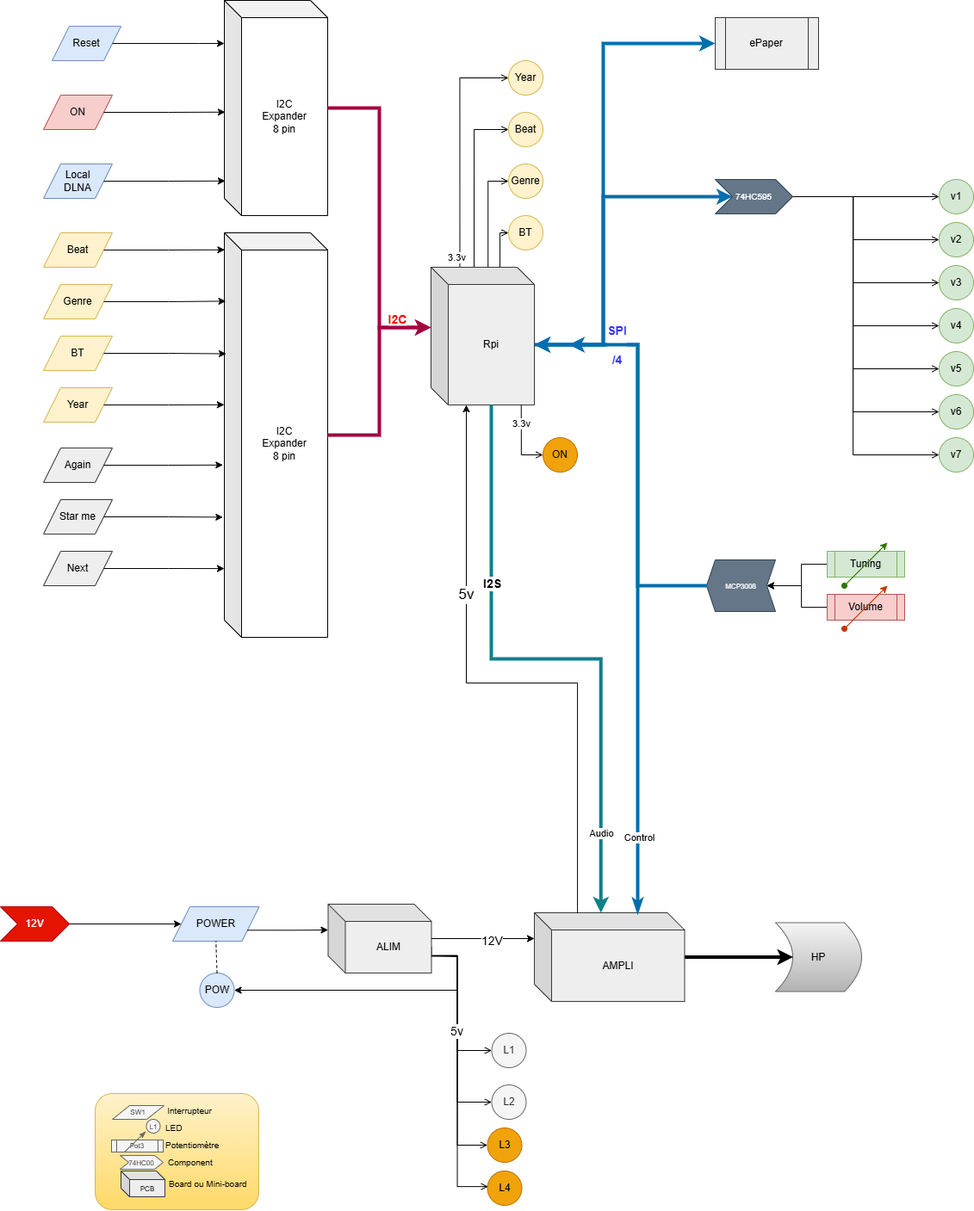
Before: hardware/Conception-VintaRad.drawio.png, a diagram exported from draw.io (Sphinkie/VintageRadio). Source tidied: cells renumbered, new cells last; positions are measured from the earlier drawing's top-left corner, leaving out a move shared by most shapes.
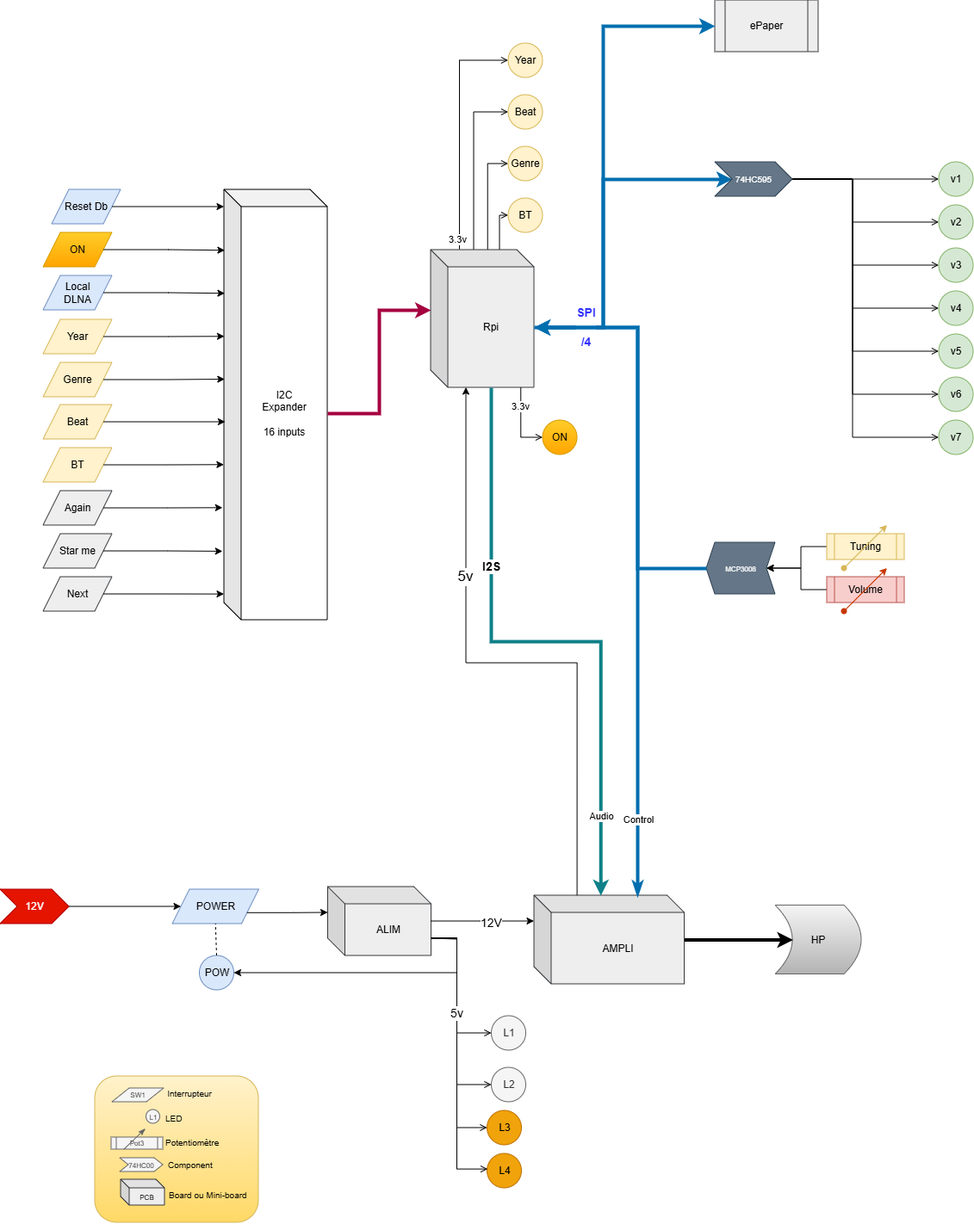
After the change.

Commit message:
update conception: 1 seul PCF8575 (16 inputs)

What changed in the source:
```diff
@@ -5,5 +5,5 @@
     <mxCell id="2" style="rounded=1;whiteSpace=wrap;html=1;fillColor=#fff2cc;gradientColor=#ffd966;strokeColor=#d6b656;" parent="1" vertex="1">
-      <mxGeometry x="110" y="1270" width="190" height="135" as="geometry" />
+      <mxGeometry x="110" y="1270" width="190" height="170" as="geometry" />
     </mxCell>
-    <mxCell id="3" value="ON" style="ellipse;whiteSpace=wrap;html=1;fillColor=#f0a30a;strokeColor=#BD7000;fontColor=#000000;" parent="1" vertex="1">
+    <mxCell id="3" value="ON" style="ellipse;whiteSpace=wrap;html=1;fillColor=#ffcd28;strokeColor=#d79b00;gradientColor=#ffa500;" parent="1" vertex="1">
       <mxGeometry x="630" y="508" width="40" height="40" as="geometry" />
@@ -140,16 +140,16 @@
     </mxCell>
-    <mxCell id="29" value="BT" style="shape=parallelogram;perimeter=parallelogramPerimeter;whiteSpace=wrap;html=1;fixedSize=1;fillColor=#fff2cc;strokeColor=#d6b656;" parent="1" vertex="1">
-      <mxGeometry x="50" y="390" width="80" height="40" as="geometry" />
+    <mxCell id="29" value="Beat" style="shape=parallelogram;perimeter=parallelogramPerimeter;whiteSpace=wrap;html=1;fixedSize=1;fillColor=#fff2cc;strokeColor=#d6b656;" parent="1" vertex="1">
+      <mxGeometry x="50" y="490" width="80" height="40" as="geometry" />
     </mxCell>
     <mxCell id="30" value="Genre" style="shape=parallelogram;perimeter=parallelogramPerimeter;whiteSpace=wrap;html=1;fixedSize=1;fillColor=#fff2cc;strokeColor=#d6b656;" parent="1" vertex="1">
-      <mxGeometry x="50" y="330" width="80" height="40" as="geometry" />
+      <mxGeometry x="50" y="441" width="80" height="40" as="geometry" />
     </mxCell>
-    <mxCell id="31" value="Beat" style="shape=parallelogram;perimeter=parallelogramPerimeter;whiteSpace=wrap;html=1;fixedSize=1;fillColor=#fff2cc;strokeColor=#d6b656;rounded=0;" parent="1" vertex="1">
-      <mxGeometry x="50" y="270" width="80" height="40" as="geometry" />
+    <mxCell id="31" value="Year" style="shape=parallelogram;perimeter=parallelogramPerimeter;whiteSpace=wrap;html=1;fixedSize=1;fillColor=#fff2cc;strokeColor=#d6b656;rounded=0;" parent="1" vertex="1">
+      <mxGeometry x="50" y="391" width="80" height="40" as="geometry" />
     </mxCell>
-    <mxCell id="32" value="Year" style="shape=parallelogram;perimeter=parallelogramPerimeter;whiteSpace=wrap;html=1;fixedSize=1;fillColor=#fff2cc;strokeColor=#d6b656;" parent="1" vertex="1">
-      <mxGeometry x="50" y="450" width="80" height="40" as="geometry" />
+    <mxCell id="32" value="BT" style="shape=parallelogram;perimeter=parallelogramPerimeter;whiteSpace=wrap;html=1;fixedSize=1;fillColor=#fff2cc;strokeColor=#d6b656;" parent="1" vertex="1">
+      <mxGeometry x="50" y="540" width="80" height="40" as="geometry" />
     </mxCell>
-    <mxCell id="33" value="ON" style="shape=parallelogram;perimeter=parallelogramPerimeter;whiteSpace=wrap;html=1;fixedSize=1;fillColor=#f8cecc;strokeColor=#b85450;" parent="1" vertex="1">
-      <mxGeometry x="50" y="110" width="80" height="40" as="geometry" />
+    <mxCell id="33" value="ON" style="shape=parallelogram;perimeter=parallelogramPerimeter;whiteSpace=wrap;html=1;fixedSize=1;fillColor=#ffcd28;strokeColor=#d79b00;gradientColor=#ffa500;" parent="1" vertex="1">
+      <mxGeometry x="50" y="290" width="80" height="40" as="geometry" />
     </mxCell>
@@ -158,3 +158,3 @@
     </mxCell>
-    <mxCell id="35" value="Tuning" style="shape=process;whiteSpace=wrap;html=1;backgroundOutline=1;fillColor=#d5e8d4;strokeColor=#82b366;" parent="1" vertex="1">
+    <mxCell id="35" value="Tuning" style="shape=process;whiteSpace=wrap;html=1;backgroundOutline=1;fillColor=#fff2cc;strokeColor=#d6b656;" parent="1" vertex="1">
       <mxGeometry x="960" y="640" width="90" height="30" as="geometry" />
@@ -230,4 +230,4 @@
         <Array as="points">
-          <mxPoint x="670" y="793" />
-          <mxPoint x="541" y="793" />
+          <mxPoint x="670" y="790" />
+          <mxPoint x="541" y="790" />
         </Array>
@@ -241,15 +241,15 @@
     <mxCell id="54" value="Again" style="shape=parallelogram;perimeter=parallelogramPerimeter;whiteSpace=wrap;html=1;fixedSize=1;fillColor=#eeeeee;strokeColor=#36393d;" parent="1" vertex="1">
-      <mxGeometry x="50" y="520" width="80" height="40" as="geometry" />
+      <mxGeometry x="50" y="590" width="80" height="40" as="geometry" />
     </mxCell>
     <mxCell id="55" value="Star me" style="shape=parallelogram;perimeter=parallelogramPerimeter;whiteSpace=wrap;html=1;fixedSize=1;fillColor=#eeeeee;strokeColor=#36393d;" parent="1" vertex="1">
-      <mxGeometry x="50" y="580" width="80" height="40" as="geometry" />
+      <mxGeometry x="50" y="640" width="80" height="40" as="geometry" />
     </mxCell>
     <mxCell id="56" value="Next" style="shape=parallelogram;perimeter=parallelogramPerimeter;whiteSpace=wrap;html=1;fixedSize=1;fillColor=#eeeeee;strokeColor=#36393d;" parent="1" vertex="1">
-      <mxGeometry x="50" y="640" width="80" height="40" as="geometry" />
+      <mxGeometry x="50" y="690" width="80" height="40" as="geometry" />
     </mxCell>
-    <mxCell id="57" value="Reset" style="shape=parallelogram;perimeter=parallelogramPerimeter;whiteSpace=wrap;html=1;fixedSize=1;fillColor=#dae8fc;strokeColor=#6c8ebf;" parent="1" vertex="1">
-      <mxGeometry x="60" y="30" width="80" height="40" as="geometry" />
+    <mxCell id="57" value="Reset Db" style="shape=parallelogram;perimeter=parallelogramPerimeter;whiteSpace=wrap;html=1;fixedSize=1;fillColor=#dae8fc;strokeColor=#6c8ebf;" parent="1" vertex="1">
+      <mxGeometry x="60" y="240" width="80" height="40" as="geometry" />
     </mxCell>
     <mxCell id="58" value="Local &lt;br&gt;DLNA" style="shape=parallelogram;perimeter=parallelogramPerimeter;whiteSpace=wrap;html=1;fixedSize=1;fillColor=#dae8fc;strokeColor=#6c8ebf;" parent="1" vertex="1">
-      <mxGeometry x="50" y="190" width="80" height="40" as="geometry" />
+      <mxGeometry x="50" y="340" width="80" height="40" as="geometry" />
     </mxCell>
@@ -264,6 +264,5 @@
     </mxCell>
-    <mxCell id="62" style="edgeStyle=orthogonalEdgeStyle;rounded=0;orthogonalLoop=1;jettySize=auto;html=1;strokeWidth=4;fillColor=#1ba1e2;strokeColor=#006EAF;" parent="1" edge="1">
+    <mxCell id="62" style="edgeStyle=orthogonalEdgeStyle;rounded=0;jettySize=auto;html=1;strokeWidth=4;fillColor=#1ba1e2;strokeColor=#006EAF;entryX=0;entryY=0;entryDx=120;entryDy=90;entryPerimeter=0;" parent="1" edge="1" target="49">
       <mxGeometry relative="1" as="geometry">
         <mxPoint x="820" y="680" as="sourcePoint" />
-        <mxPoint x="660" y="400" as="targetPoint" />
         <Array as="points">
@@ -279,17 +278,16 @@
     </mxCell>
-    <mxCell id="64" value="I2C&lt;br&gt;Expander&lt;br&gt;8 pin" style="shape=cube;whiteSpace=wrap;html=1;boundedLbl=1;backgroundOutline=1;darkOpacity=0.05;darkOpacity2=0.1;" parent="1" vertex="1">
-      <mxGeometry x="260" y="270" width="120" height="470" as="geometry" />
+    <mxCell id="64" value="I2C&lt;br&gt;Expander&lt;br&gt;&lt;br&gt;&lt;div&gt;16 inputs&lt;/div&gt;" style="shape=cube;whiteSpace=wrap;html=1;boundedLbl=1;backgroundOutline=1;darkOpacity=0.05;darkOpacity2=0.1;" parent="1" vertex="1">
+      <mxGeometry x="260" y="240" width="120" height="500" as="geometry" />
     </mxCell>
-    <mxCell id="65" style="edgeStyle=orthogonalEdgeStyle;rounded=0;jettySize=auto;html=1;entryX=0.008;entryY=0.519;entryDx=0;entryDy=0;entryPerimeter=0;" parent="1" edge="1" source="33" target="68">
-      <mxGeometry relative="1" as="geometry" />
+    <mxCell id="65" style="edgeStyle=orthogonalEdgeStyle;rounded=0;jettySize=auto;html=1;entryX=0.008;entryY=0.519;entryDx=0;entryDy=0;entryPerimeter=0;" parent="1" edge="1" source="33">
+      <mxGeometry relative="1" as="geometry">
+        <mxPoint x="261" y="310.8" as="targetPoint" />
+      </mxGeometry>
     </mxCell>
-    <mxCell id="66" style="edgeStyle=orthogonalEdgeStyle;rounded=0;jettySize=auto;html=1;entryX=0.017;entryY=0.299;entryDx=0;entryDy=0;entryPerimeter=0;exitX=1;exitY=0.5;exitDx=0;exitDy=0;" parent="1" edge="1" source="29" target="64">
-      <mxGeometry relative="1" as="geometry" />
-    </mxCell>
     <mxCell id="67" style="edgeStyle=orthogonalEdgeStyle;rounded=0;jettySize=auto;html=1;" parent="1" edge="1" source="57">
       <mxGeometry relative="1" as="geometry">
-        <mxPoint x="260" y="50" as="targetPoint" />
+        <mxPoint x="260" y="260" as="targetPoint" />
         <Array as="points">
-          <mxPoint x="230" y="50" />
-          <mxPoint x="230" y="50" />
+          <mxPoint x="230" y="260" />
+          <mxPoint x="230" y="260" />
         </Array>
@@ -297,35 +295,33 @@
     </mxCell>
-    <mxCell id="68" value="I2C&lt;br&gt;Expander&lt;br&gt;8 pin" style="shape=cube;whiteSpace=wrap;html=1;boundedLbl=1;backgroundOutline=1;darkOpacity=0.05;darkOpacity2=0.1;" parent="1" vertex="1">
-      <mxGeometry x="260" width="120" height="250" as="geometry" />
-    </mxCell>
-    <mxCell id="69" style="edgeStyle=orthogonalEdgeStyle;rounded=0;jettySize=auto;html=1;entryX=-0.001;entryY=0.425;entryDx=0;entryDy=0;entryPerimeter=0;" parent="1" edge="1" source="32" target="64">
-      <mxGeometry relative="1" as="geometry" />
+    <mxCell id="69" style="edgeStyle=orthogonalEdgeStyle;rounded=0;jettySize=auto;html=1;entryX=-0.001;entryY=0.425;entryDx=0;entryDy=0;entryPerimeter=0;" parent="1" edge="1" source="32">
+      <mxGeometry relative="1" as="geometry">
+        <mxPoint x="259.9" y="559.8" as="targetPoint" />
+      </mxGeometry>
     </mxCell>
-    <mxCell id="70" style="edgeStyle=orthogonalEdgeStyle;rounded=0;jettySize=auto;html=1;entryX=-0.014;entryY=0.574;entryDx=0;entryDy=0;entryPerimeter=0;" parent="1" edge="1" source="54" target="64">
-      <mxGeometry relative="1" as="geometry" />
+    <mxCell id="70" style="edgeStyle=orthogonalEdgeStyle;rounded=0;jettySize=auto;html=1;entryX=-0.014;entryY=0.574;entryDx=0;entryDy=0;entryPerimeter=0;" parent="1" edge="1" source="54">
+      <mxGeometry relative="1" as="geometry">
+        <mxPoint x="258.3" y="609.8" as="targetPoint" />
+      </mxGeometry>
     </mxCell>
-    <mxCell id="71" style="edgeStyle=orthogonalEdgeStyle;rounded=0;jettySize=auto;html=1;entryX=-0.014;entryY=0.703;entryDx=0;entryDy=0;entryPerimeter=0;" parent="1" edge="1" source="55" target="64">
-      <mxGeometry relative="1" as="geometry" />
+    <mxCell id="71" style="edgeStyle=orthogonalEdgeStyle;rounded=0;jettySize=auto;html=1;entryX=-0.014;entryY=0.703;entryDx=0;entryDy=0;entryPerimeter=0;" parent="1" edge="1" source="55">
+      <mxGeometry relative="1" as="geometry">
+        <mxPoint x="258.3" y="660.4" as="targetPoint" />
+      </mxGeometry>
     </mxCell>
-    <mxCell id="72" style="edgeStyle=orthogonalEdgeStyle;rounded=0;jettySize=auto;html=1;entryX=0;entryY=0.83;entryDx=0;entryDy=0;entryPerimeter=0;" parent="1" edge="1" source="56" target="64">
-      <mxGeometry relative="1" as="geometry" />
+    <mxCell id="72" style="edgeStyle=orthogonalEdgeStyle;rounded=0;jettySize=auto;html=1;entryX=0;entryY=0.83;entryDx=0;entryDy=0;entryPerimeter=0;" parent="1" edge="1" source="56">
+      <mxGeometry relative="1" as="geometry">
+        <mxPoint x="260" y="710.1" as="targetPoint" />
+      </mxGeometry>
     </mxCell>
-    <mxCell id="73" style="edgeStyle=orthogonalEdgeStyle;rounded=0;jettySize=auto;html=1;entryX=0.008;entryY=0.839;entryDx=0;entryDy=0;entryPerimeter=0;" parent="1" edge="1" source="58" target="68">
-      <mxGeometry relative="1" as="geometry" />
+    <mxCell id="73" style="edgeStyle=orthogonalEdgeStyle;rounded=0;jettySize=auto;html=1;entryX=0.008;entryY=0.839;entryDx=0;entryDy=0;entryPerimeter=0;" parent="1" edge="1" source="58">
+      <mxGeometry relative="1" as="geometry">
+        <mxPoint x="261" y="360.8" as="targetPoint" />
+      </mxGeometry>
     </mxCell>
-    <mxCell id="74" style="edgeStyle=orthogonalEdgeStyle;rounded=0;jettySize=auto;html=1;entryX=0.004;entryY=0.042;entryDx=0;entryDy=0;entryPerimeter=0;" parent="1" edge="1" source="31" target="64">
-      <mxGeometry relative="1" as="geometry" />
+    <mxCell id="74" style="edgeStyle=orthogonalEdgeStyle;rounded=0;jettySize=auto;html=1;entryX=0.004;entryY=0.042;entryDx=0;entryDy=0;entryPerimeter=0;" parent="1" edge="1" source="31">
+      <mxGeometry relative="1" as="geometry">
+        <mxPoint x="260.5" y="410.7" as="targetPoint" />
+      </mxGeometry>
     </mxCell>
-    <mxCell id="75" style="edgeStyle=orthogonalEdgeStyle;rounded=0;jettySize=auto;html=1;entryX=0.013;entryY=0.169;entryDx=0;entryDy=0;entryPerimeter=0;" parent="1" edge="1" source="30" target="64">
-      <mxGeometry relative="1" as="geometry" />
-    </mxCell>
-    <mxCell id="76" style="edgeStyle=orthogonalEdgeStyle;rounded=0;jettySize=auto;html=1;entryX=0;entryY=0;entryDx=0;entryDy=70;entryPerimeter=0;strokeWidth=4;fillColor=#d80073;strokeColor=#A50040;" parent="1" edge="1" source="68" target="49">
-      <mxGeometry relative="1" as="geometry" />
-    </mxCell>
-    <mxCell id="77" value="&lt;font style=&quot;color: rgb(255, 0, 0); font-size: 14px;&quot;&gt;&lt;b&gt;I2C&lt;/b&gt;&lt;/font&gt;" style="edgeLabel;html=1;align=center;verticalAlign=middle;" parent="76" vertex="1">
-      <mxGeometry x="-0.26" y="-1" relative="1" as="geometry">
-        <mxPoint x="21" y="165" as="offset" />
-      </mxGeometry>
-    </mxCell>
-    <mxCell id="78" style="edgeStyle=orthogonalEdgeStyle;rounded=0;jettySize=auto;html=1;entryX=0;entryY=0;entryDx=0;entryDy=70;entryPerimeter=0;strokeWidth=4;fillColor=#d80073;strokeColor=#A50040;" parent="1" edge="1" source="64" target="49">
+    <mxCell id="78" style="edgeStyle=orthogonalEdgeStyle;rounded=0;jettySize=auto;html=1;entryX=0;entryY=0;entryDx=0;entryDy=70;entryPerimeter=0;strokeWidth=4;fillColor=#d80073;strokeColor=#A50040;exitX=0;exitY=0;exitDx=120;exitDy=260;exitPerimeter=0;" parent="1" edge="1" source="64" target="49">
       <mxGeometry relative="1" as="geometry" />
@@ -380,3 +376,3 @@
     </mxCell>
-    <mxCell id="86" style="endArrow=classic;html=1;rounded=0;fillColor=#60a917;strokeColor=#2D7600;startArrow=oval;startFill=1;" parent="1" edge="1">
+    <mxCell id="86" style="endArrow=classic;html=1;rounded=0;fillColor=#fff2cc;strokeColor=#d6b656;startArrow=oval;startFill=1;" parent="1" edge="1">
       <mxGeometry relative="1" as="geometry">
@@ -420,6 +416,6 @@
     <mxCell id="94" value="&lt;font style=&quot;font-size: 8px;&quot;&gt;L1&lt;/font&gt;" style="ellipse;whiteSpace=wrap;html=1;fillColor=#f5f5f5;strokeColor=#666666;fontColor=#333333;" parent="1" vertex="1">
-      <mxGeometry x="169.5" y="1300" width="16" height="16" as="geometry" />
+      <mxGeometry x="169.5" y="1309" width="16" height="16" as="geometry" />
     </mxCell>
     <mxCell id="95" value="&lt;font&gt;Pot3&lt;/font&gt;" style="shape=process;whiteSpace=wrap;html=1;backgroundOutline=1;fillColor=#f5f5f5;strokeColor=#666666;fontColor=#333333;fontSize=8;" parent="1" vertex="1">
-      <mxGeometry x="129" y="1324" width="60" height="14" as="geometry" />
+      <mxGeometry x="129" y="1341" width="60" height="14" as="geometry" />
     </mxCell>
@@ -427,3 +423,3 @@
       <mxGeometry relative="1" as="geometry">
-        <mxPoint x="169" y="1314" as="targetPoint" />
+        <mxPoint x="169" y="1331" as="targetPoint" />
       </mxGeometry>
@@ -431,6 +427,6 @@
     <mxCell id="97" value="&lt;font style=&quot;font-size: 8px;&quot;&gt;74HC00&lt;/font&gt;" style="shape=step;perimeter=stepPerimeter;whiteSpace=wrap;html=1;fixedSize=1;fillColor=#f5f5f5;fontColor=#333333;strokeColor=#666666;size=10;" parent="1" vertex="1">
-      <mxGeometry x="139" y="1342" width="50" height="16" as="geometry" />
+      <mxGeometry x="139" y="1365" width="50" height="16" as="geometry" />
     </mxCell>
     <mxCell id="98" value="Component" style="text;strokeColor=none;fillColor=none;align=left;verticalAlign=middle;spacingLeft=4;spacingRight=4;overflow=hidden;whiteSpace=wrap;html=1;fontSize=10;" parent="1" vertex="1">
-      <mxGeometry x="189" y="1340" width="81" height="20" as="geometry" />
+      <mxGeometry x="189" y="1363" width="81" height="20" as="geometry" />
     </mxCell>
@@ -446,12 +442,12 @@
     <mxCell id="102" value="&lt;font style=&quot;font-size: 8px;&quot;&gt;PCB&lt;/font&gt;" style="shape=cube;whiteSpace=wrap;html=1;boundedLbl=1;backgroundOutline=1;darkOpacity=0.05;darkOpacity2=0.1;fillColor=#eeeeee;strokeColor=#36393d;size=10;" parent="1" vertex="1">
-      <mxGeometry x="140" y="1360" width="51" height="30" as="geometry" />
+      <mxGeometry x="140" y="1390" width="51" height="30" as="geometry" />
     </mxCell>
     <mxCell id="103" value="&lt;font style=&quot;font-size: 10px;&quot;&gt;Board ou Mini-board&lt;/font&gt;" style="text;strokeColor=none;fillColor=none;align=left;verticalAlign=middle;spacingLeft=4;spacingRight=4;overflow=hidden;whiteSpace=wrap;html=1;" parent="1" vertex="1">
-      <mxGeometry x="190" y="1365" width="160" height="20" as="geometry" />
+      <mxGeometry x="190" y="1398" width="110" height="20" as="geometry" />
     </mxCell>
     <mxCell id="104" value="&lt;span style=&quot;color: rgb(0, 0, 0); font-family: Helvetica; font-size: 10px; font-style: normal; font-variant-ligatures: normal; font-variant-caps: normal; font-weight: 400; letter-spacing: normal; orphans: 2; text-indent: 0px; text-transform: none; widows: 2; word-spacing: 0px; -webkit-text-stroke-width: 0px; white-space: normal; text-decoration-thickness: initial; text-decoration-style: initial; text-decoration-color: initial; float: none; display: inline !important;&quot;&gt;Potentiomètre&lt;/span&gt;" style="text;html=1;whiteSpace=wrap;strokeColor=none;fillColor=none;align=left;verticalAlign=middle;rounded=0;labelBackgroundColor=none;" parent="1" vertex="1">
-      <mxGeometry x="190" y="1320" width="81" height="20" as="geometry" />
+      <mxGeometry x="190" y="1337" width="81" height="20" as="geometry" />
     </mxCell>
     <mxCell id="105" value="&lt;span style=&quot;font-size: 10px;&quot;&gt;LED&lt;/span&gt;" style="text;html=1;whiteSpace=wrap;strokeColor=none;fillColor=none;align=left;verticalAlign=middle;rounded=0;" parent="1" vertex="1">
-      <mxGeometry x="190" y="1300" width="30" height="20" as="geometry" />
+      <mxGeometry x="190" y="1309" width="30" height="20" as="geometry" />
     </mxCell>
@@ -463,2 +459,8 @@
     </mxCell>
+    <mxCell id="66" style="edgeStyle=orthogonalEdgeStyle;rounded=0;jettySize=auto;html=1;entryX=0.012;entryY=0.54;entryDx=0;entryDy=0;entryPerimeter=0;" parent="1" edge="1" source="29" target="64">
+      <mxGeometry relative="1" as="geometry" />
+    </mxCell>
+    <mxCell id="75" style="edgeStyle=orthogonalEdgeStyle;rounded=0;jettySize=auto;html=1;entryX=0.007;entryY=0.441;entryDx=0;entryDy=0;entryPerimeter=0;" parent="1" edge="1" source="30" target="64">
+      <mxGeometry relative="1" as="geometry" />
+    </mxCell>
   </root>
```
